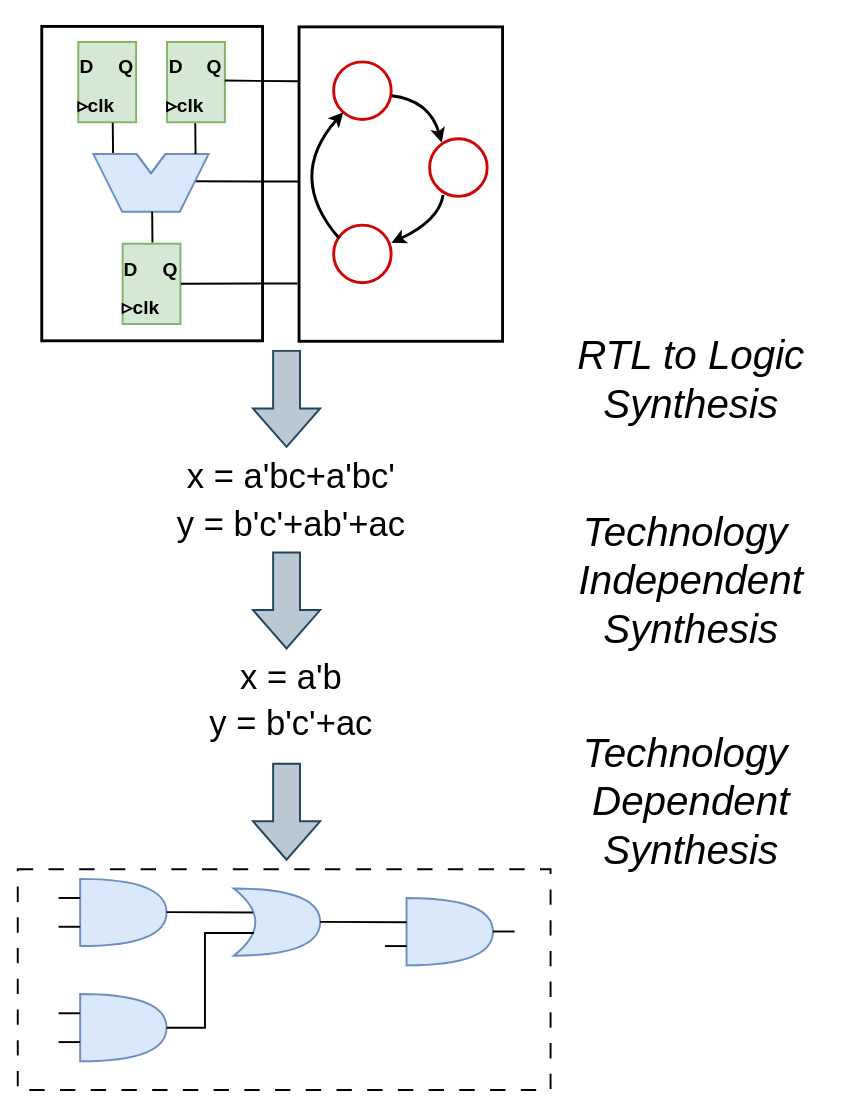
Above: logicsynthesis.drawio in kxzhu0505/LogicSynOpt (draw.io), before the change. Source tidied: cells renumbered, new cells numbered last; positions are measured from the earlier drawing's top-left corner, leaving out a move shared by most shapes. Both pictures are drawn from the tidied source at 96%, with x=0, y=0 at pixel (17, 26).
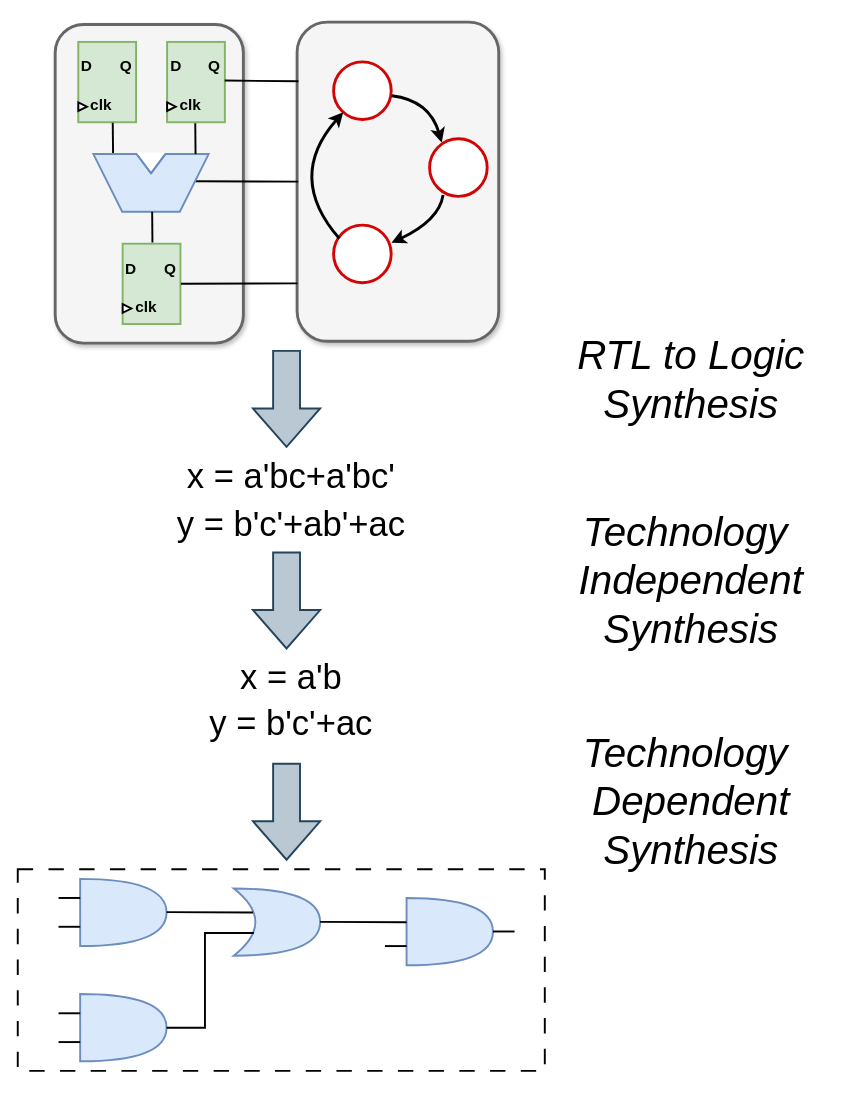
The same diagram, later.

The change refers to these unchanged cells:
```xml
<mxCell id="20" style="group;fontFamily=Helvetica;" parent="1" vertex="1">
  <mxGeometry x="137.5" y="16.8" width="95" height="82.5" as="geometry" />
</mxCell>
<mxCell id="21" style="rounded=0;whiteSpace=wrap;html=1;rotation=90;strokeWidth=2;fontFamily=Helvetica;fillColor=#d5e8d4;strokeColor=#82b366;" parent="20" vertex="1">
  <mxGeometry x="6.3" y="11.1" width="83.7" height="60.2" as="geometry" />
</mxCell>
<mxCell id="26" style="group;fontFamily=Helvetica;" parent="1" vertex="1">
  <mxGeometry x="91.2" y="227" width="95" height="82.5" as="geometry" />
</mxCell>
```

What changed in the source:
```diff
@@
+    <mxCell id="63" style="rounded=1;whiteSpace=wrap;html=1;strokeWidth=3;fillColor=#f5f5f5;fontColor=#333333;strokeColor=#666666;shadow=1;" parent="1" vertex="1">
+      <mxGeometry x="291" y="-4.5" width="210" height="332.5" as="geometry" />
+    </mxCell>
     <mxCell id="2" style="rounded=0;whiteSpace=wrap;html=1;dashed=1;dashPattern=8 8;strokeWidth=2;" parent="1" vertex="1">
-      <mxGeometry y="878" width="555" height="230" as="geometry" />
+      <mxGeometry y="878" width="549" height="210" as="geometry" />
     </mxCell>
-    <mxCell id="3" style="rounded=0;whiteSpace=wrap;html=1;strokeWidth=3;fontFamily=Helvetica;" parent="1" vertex="1">
-      <mxGeometry x="293" y="0.5" width="212" height="327.5" as="geometry" />
-    </mxCell>
@@
     <mxCell id="11" style="group;fontFamily=Helvetica;" parent="1" vertex="1">
-      <mxGeometry x="45" y="16.8" width="210" height="308.8" as="geometry" />
+      <mxGeometry x="45" y="16.8" width="210" height="320.6" as="geometry" />
     </mxCell>
-    <mxCell id="12" style="rounded=0;whiteSpace=wrap;html=1;strokeWidth=3;fontFamily=Helvetica;" parent="11" vertex="1">
-      <mxGeometry x="-20" y="-16.8" width="230" height="327.5" as="geometry" />
-    </mxCell>
+    <mxCell id="64" style="rounded=1;whiteSpace=wrap;html=1;strokeWidth=3;fillColor=#f5f5f5;fontColor=#333333;strokeColor=#666666;shadow=1;" parent="11" vertex="1">
+      <mxGeometry x="-6" y="-18.8" width="196" height="331.9" as="geometry" />
+    </mxCell>
@@
-    <mxCell id="14" value="&lt;font size=&quot;1&quot;&gt;&lt;b style=&quot;font-size: 20px;&quot;&gt;D&lt;/b&gt;&lt;/font&gt;" style="text;html=1;strokeColor=none;fillColor=none;align=center;verticalAlign=middle;whiteSpace=wrap;rounded=0;strokeWidth=2;fontFamily=Helvetica;" parent="11" vertex="1">
+    <mxCell id="14" value="&lt;font size=&quot;1&quot;&gt;&lt;b style=&quot;font-size: 16px;&quot;&gt;D&lt;/b&gt;&lt;/font&gt;" style="text;html=1;strokeColor=none;fillColor=none;align=center;verticalAlign=middle;whiteSpace=wrap;rounded=0;strokeWidth=2;fontFamily=Helvetica;" parent="11" vertex="1">
       <mxGeometry y="11.1" width="54.3" height="26.8" as="geometry" />
     </mxCell>
-    <mxCell id="15" value="&lt;font size=&quot;1&quot;&gt;&lt;b style=&quot;font-size: 20px;&quot;&gt;Q&lt;/b&gt;&lt;/font&gt;" style="text;html=1;strokeColor=none;fillColor=none;align=center;verticalAlign=middle;whiteSpace=wrap;rounded=0;strokeWidth=2;fontFamily=Helvetica;" parent="11" vertex="1">
+    <mxCell id="15" value="&lt;font size=&quot;1&quot;&gt;&lt;b style=&quot;font-size: 16px;&quot;&gt;Q&lt;/b&gt;&lt;/font&gt;" style="text;html=1;strokeColor=none;fillColor=none;align=center;verticalAlign=middle;whiteSpace=wrap;rounded=0;strokeWidth=2;fontFamily=Helvetica;" parent="11" vertex="1">
       <mxGeometry x="40.7" y="11.1" width="54.3" height="26.8" as="geometry" />
     </mxCell>
@@
-    <mxCell id="17" value="&lt;font size=&quot;1&quot;&gt;&lt;b style=&quot;font-size: 20px;&quot;&gt;clk&lt;/b&gt;&lt;/font&gt;" style="text;html=1;strokeColor=none;fillColor=none;align=center;verticalAlign=middle;whiteSpace=wrap;rounded=0;strokeWidth=2;fontFamily=Helvetica;" parent="11" vertex="1">
+    <mxCell id="17" value="&lt;font size=&quot;1&quot;&gt;&lt;b style=&quot;font-size: 16px;&quot;&gt;clk&lt;/b&gt;&lt;/font&gt;" style="text;html=1;strokeColor=none;fillColor=none;align=center;verticalAlign=middle;whiteSpace=wrap;rounded=0;strokeWidth=2;fontFamily=Helvetica;" parent="11" vertex="1">
       <mxGeometry x="15.4" y="51.7" width="54.3" height="26.8" as="geometry" />
     </mxCell>
@@
-    <mxCell id="19" style="endArrow=none;html=1;rounded=0;endSize=6;strokeWidth=2;exitX=-0.004;exitY=0.492;exitDx=0;exitDy=0;exitPerimeter=0;entryX=0.481;entryY=0.002;entryDx=0;entryDy=0;entryPerimeter=0;fontFamily=Helvetica;" parent="11" edge="1" source="3">
+    <mxCell id="19" style="endArrow=none;html=1;rounded=0;endSize=6;strokeWidth=2;exitX=-0.004;exitY=0.492;exitDx=0;exitDy=0;exitPerimeter=0;entryX=0.481;entryY=0.002;entryDx=0;entryDy=0;entryPerimeter=0;fontFamily=Helvetica;" parent="11" edge="1">
       <mxGeometry relative="1" as="geometry">
+        <mxPoint x="247.2" y="144.9" as="sourcePoint" />
         <mxPoint x="140" y="144.5" as="targetPoint" />
       </mxGeometry>
     </mxCell>
@@
-    <mxCell id="22" value="&lt;font size=&quot;1&quot;&gt;&lt;b style=&quot;font-size: 20px;&quot;&gt;D&lt;/b&gt;&lt;/font&gt;" style="text;html=1;strokeColor=none;fillColor=none;align=center;verticalAlign=middle;whiteSpace=wrap;rounded=0;strokeWidth=2;fontFamily=Helvetica;" parent="20" vertex="1">
+    <mxCell id="22" value="&lt;font size=&quot;1&quot;&gt;&lt;b style=&quot;font-size: 16px;&quot;&gt;D&lt;/b&gt;&lt;/font&gt;" style="text;html=1;strokeColor=none;fillColor=none;align=center;verticalAlign=middle;whiteSpace=wrap;rounded=0;strokeWidth=2;fontFamily=Helvetica;" parent="20" vertex="1">
       <mxGeometry y="11.1" width="54.3" height="26.8" as="geometry" />
     </mxCell>
-    <mxCell id="23" value="&lt;font size=&quot;1&quot;&gt;&lt;b style=&quot;font-size: 20px;&quot;&gt;Q&lt;/b&gt;&lt;/font&gt;" style="text;html=1;strokeColor=none;fillColor=none;align=center;verticalAlign=middle;whiteSpace=wrap;rounded=0;strokeWidth=2;fontFamily=Helvetica;" parent="20" vertex="1">
+    <mxCell id="23" value="&lt;font size=&quot;1&quot;&gt;&lt;b style=&quot;font-size: 16px;&quot;&gt;Q&lt;/b&gt;&lt;/font&gt;" style="text;html=1;strokeColor=none;fillColor=none;align=center;verticalAlign=middle;whiteSpace=wrap;rounded=0;strokeWidth=2;fontFamily=Helvetica;" parent="20" vertex="1">
       <mxGeometry x="40.7" y="11.1" width="54.3" height="26.8" as="geometry" />
     </mxCell>
@@
-    <mxCell id="25" value="&lt;font size=&quot;1&quot;&gt;&lt;b style=&quot;font-size: 20px;&quot;&gt;clk&lt;/b&gt;&lt;/font&gt;" style="text;html=1;strokeColor=none;fillColor=none;align=center;verticalAlign=middle;whiteSpace=wrap;rounded=0;strokeWidth=2;fontFamily=Helvetica;" parent="20" vertex="1">
+    <mxCell id="25" value="&lt;font size=&quot;1&quot;&gt;&lt;b style=&quot;font-size: 16px;&quot;&gt;clk&lt;/b&gt;&lt;/font&gt;" style="text;html=1;strokeColor=none;fillColor=none;align=center;verticalAlign=middle;whiteSpace=wrap;rounded=0;strokeWidth=2;fontFamily=Helvetica;" parent="20" vertex="1">
       <mxGeometry x="15.4" y="51.7" width="54.3" height="26.8" as="geometry" />
     </mxCell>
@@
-    <mxCell id="28" value="&lt;font size=&quot;1&quot;&gt;&lt;b style=&quot;font-size: 20px;&quot;&gt;D&lt;/b&gt;&lt;/font&gt;" style="text;html=1;strokeColor=none;fillColor=none;align=center;verticalAlign=middle;whiteSpace=wrap;rounded=0;strokeWidth=2;fontFamily=Helvetica;" parent="26" vertex="1">
+    <mxCell id="28" value="&lt;font size=&quot;1&quot;&gt;&lt;b style=&quot;font-size: 16px;&quot;&gt;D&lt;/b&gt;&lt;/font&gt;" style="text;html=1;strokeColor=none;fillColor=none;align=center;verticalAlign=middle;whiteSpace=wrap;rounded=0;strokeWidth=2;fontFamily=Helvetica;" parent="26" vertex="1">
       <mxGeometry y="11.1" width="54.3" height="26.8" as="geometry" />
     </mxCell>
-    <mxCell id="29" value="&lt;font size=&quot;1&quot;&gt;&lt;b style=&quot;font-size: 20px;&quot;&gt;Q&lt;/b&gt;&lt;/font&gt;" style="text;html=1;strokeColor=none;fillColor=none;align=center;verticalAlign=middle;whiteSpace=wrap;rounded=0;strokeWidth=2;fontFamily=Helvetica;" parent="26" vertex="1">
+    <mxCell id="29" value="&lt;font size=&quot;1&quot;&gt;&lt;b style=&quot;font-size: 16px;&quot;&gt;Q&lt;/b&gt;&lt;/font&gt;" style="text;html=1;strokeColor=none;fillColor=none;align=center;verticalAlign=middle;whiteSpace=wrap;rounded=0;strokeWidth=2;fontFamily=Helvetica;" parent="26" vertex="1">
       <mxGeometry x="40.7" y="11.1" width="54.3" height="26.8" as="geometry" />
     </mxCell>
@@
-    <mxCell id="31" value="&lt;font size=&quot;1&quot;&gt;&lt;b style=&quot;font-size: 20px;&quot;&gt;clk&lt;/b&gt;&lt;/font&gt;" style="text;html=1;strokeColor=none;fillColor=none;align=center;verticalAlign=middle;whiteSpace=wrap;rounded=0;strokeWidth=2;fontFamily=Helvetica;" parent="26" vertex="1">
+    <mxCell id="31" value="&lt;font size=&quot;1&quot;&gt;&lt;b style=&quot;font-size: 16px;&quot;&gt;clk&lt;/b&gt;&lt;/font&gt;" style="text;html=1;strokeColor=none;fillColor=none;align=center;verticalAlign=middle;whiteSpace=wrap;rounded=0;strokeWidth=2;fontFamily=Helvetica;" parent="26" vertex="1">
       <mxGeometry x="15.4" y="51.7" width="54.3" height="26.8" as="geometry" />
     </mxCell>
@@
-    <mxCell id="39" style="endArrow=none;html=1;rounded=0;endSize=6;strokeWidth=2;exitX=-0.003;exitY=0.173;exitDx=0;exitDy=0;exitPerimeter=0;entryX=0.481;entryY=0.002;entryDx=0;entryDy=0;entryPerimeter=0;fontFamily=Helvetica;" parent="1" edge="1" source="3" target="21">
-      <mxGeometry relative="1" as="geometry" />
+    <mxCell id="39" style="endArrow=none;html=1;rounded=0;endSize=6;strokeWidth=2;exitX=-0.003;exitY=0.173;exitDx=0;exitDy=0;exitPerimeter=0;entryX=0.481;entryY=0.002;entryDx=0;entryDy=0;entryPerimeter=0;fontFamily=Helvetica;" parent="1" edge="1" target="21">
+      <mxGeometry relative="1" as="geometry">
+        <mxPoint x="292.4" y="57.2" as="sourcePoint" />
+      </mxGeometry>
     </mxCell>
-    <mxCell id="40" style="endArrow=none;html=1;rounded=0;endSize=6;strokeWidth=2;exitX=-0.008;exitY=0.816;exitDx=0;exitDy=0;exitPerimeter=0;entryX=0.481;entryY=0.002;entryDx=0;entryDy=0;entryPerimeter=0;fontFamily=Helvetica;" parent="1" edge="1" source="3">
+    <mxCell id="40" style="endArrow=none;html=1;rounded=0;endSize=6;strokeWidth=2;exitX=-0.008;exitY=0.816;exitDx=0;exitDy=0;exitPerimeter=0;entryX=0.481;entryY=0.002;entryDx=0;entryDy=0;entryPerimeter=0;fontFamily=Helvetica;" parent="1" edge="1">
       <mxGeometry relative="1" as="geometry">
+        <mxPoint x="291.3" y="267.7" as="sourcePoint" />
         <mxPoint x="170" y="268" as="targetPoint" />
       </mxGeometry>
     </mxCell>
```
